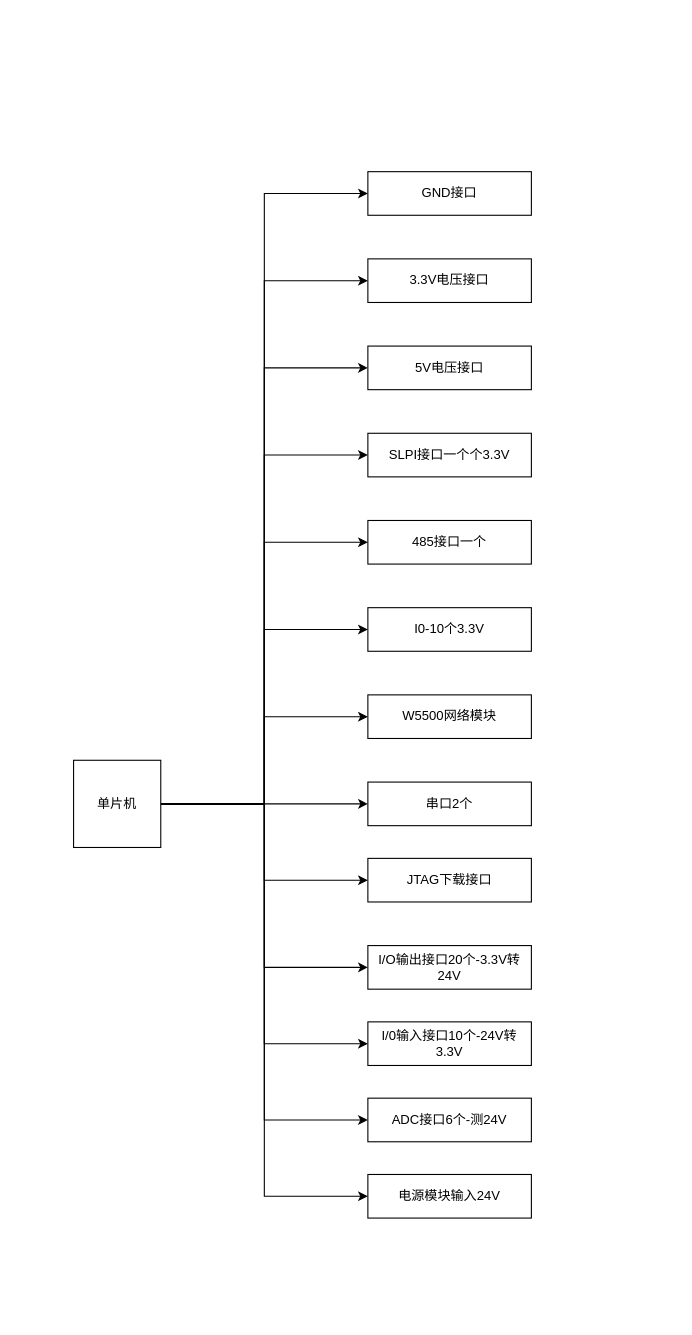
This is Untitled Diagram.drawio from pengzhicai/myPicture, a draw.io file, before an edit. Source tidied: cells renumbered, new cells numbered last; positions are measured from the earlier drawing's top-left corner, leaving out a move shared by most shapes. Both pictures are drawn from the tidied source at 109%, with x=0, y=0 at pixel (73, 171).
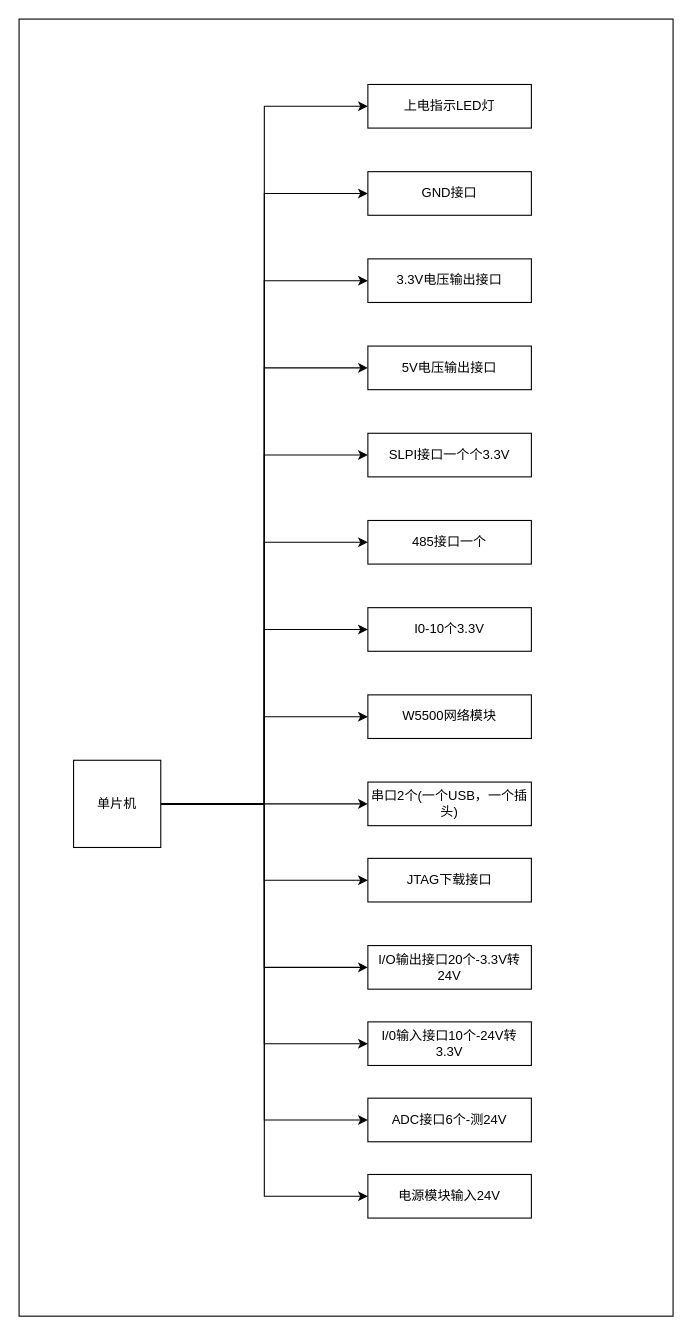
The same page after the edit.

Unchanged cells that the change refers to:
```xml
<mxCell id="15" value="单片机" style="whiteSpace=wrap;html=1;" parent="1" vertex="1">
  <mxGeometry y="540" width="80" height="80" as="geometry" />
</mxCell>
```

Diff of the diagram source:
```diff
@@
+    <mxCell id="29" style="rounded=0;whiteSpace=wrap;html=1;" parent="1" vertex="1">
+      <mxGeometry x="-50" y="-140" width="600" height="1190" as="geometry" />
+    </mxCell>
@@
+    <mxCell id="30" style="edgeStyle=orthogonalEdgeStyle;rounded=0;jettySize=auto;html=1;entryX=0;entryY=0.5;entryDx=0;entryDy=0;" parent="1" edge="1" source="15" target="31">
+      <mxGeometry relative="1" as="geometry" />
+    </mxCell>
@@
-    <mxCell id="18" value="&lt;span style=&quot;white-space: normal&quot;&gt;串口2个&lt;/span&gt;" style="rounded=0;whiteSpace=wrap;html=1;" parent="1" vertex="1">
+    <mxCell id="18" value="&lt;span style=&quot;white-space: normal&quot;&gt;串口2个(一个USB，一个插头)&lt;/span&gt;" style="rounded=0;whiteSpace=wrap;html=1;" parent="1" vertex="1">
       <mxGeometry x="270" y="560" width="150" height="40" as="geometry" />
     </mxCell>
@@
-    <mxCell id="26" value="5V电压接口" style="rounded=0;whiteSpace=wrap;html=1;" parent="1" vertex="1">
+    <mxCell id="26" value="5V电压输出接口" style="rounded=0;whiteSpace=wrap;html=1;" parent="1" vertex="1">
       <mxGeometry x="270" y="160" width="150" height="40" as="geometry" />
     </mxCell>
-    <mxCell id="27" value="3.3V电压接口" style="rounded=0;whiteSpace=wrap;html=1;" parent="1" vertex="1">
+    <mxCell id="27" value="3.3V电压输出接口" style="rounded=0;whiteSpace=wrap;html=1;" parent="1" vertex="1">
       <mxGeometry x="270" y="80" width="150" height="40" as="geometry" />
     </mxCell>
@@
+    <mxCell id="31" value="上电指示LED灯" style="rounded=0;whiteSpace=wrap;html=1;" parent="1" vertex="1">
+      <mxGeometry x="270" y="-80" width="150" height="40" as="geometry" />
+    </mxCell>
```
